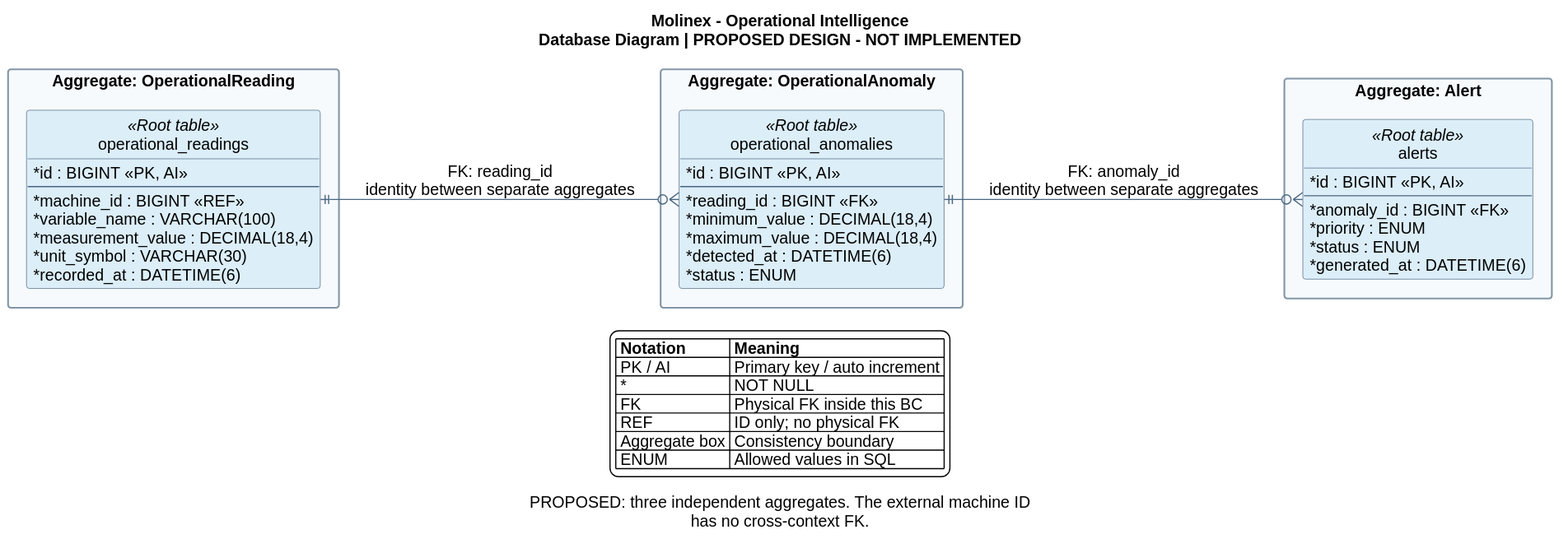
Earlier version of the PlantUML export assets/Images Chapter 4/Database Design/Database Diagrams/operational-intelligence-database.svg (Vanguard-open-source/molinex-report).
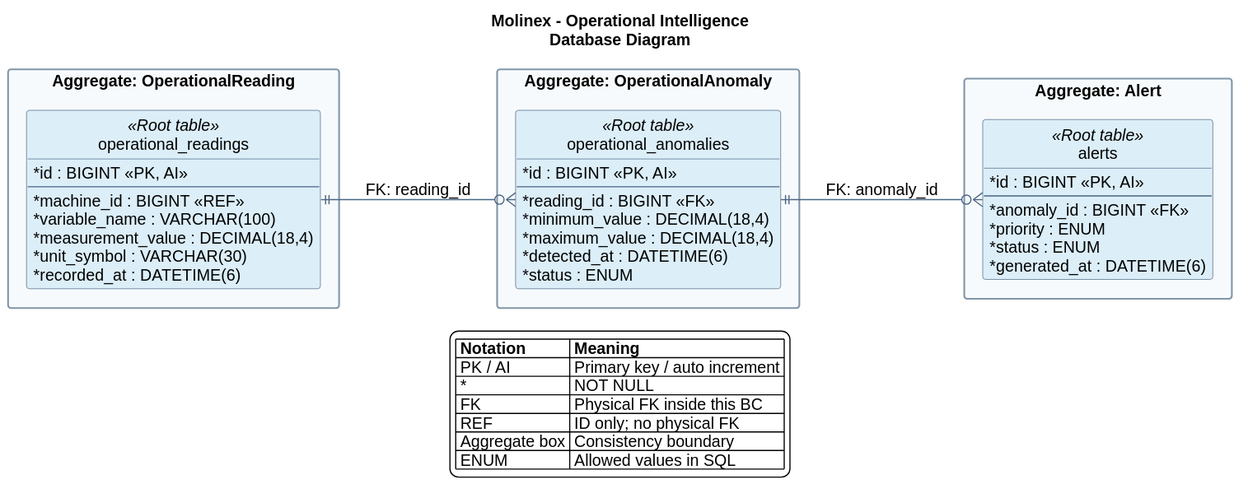
The same file after the commit.

What changed in the source:
```diff
@@ -13,11 +13,7 @@
 skinparam ranksep 75
 skinparam classBorderColor #486581
 skinparam packageBorderColor #8296A8
-title Molinex - Operational Intelligence\nDatabase Diagram | PROPOSED DESIGN - NOT IMPLEMENTED
-caption
-PROPOSED: three independent aggregates. The external machine ID
-has no cross-context FK.
-endcaption
+title Molinex - Operational Intelligence\nDatabase Diagram
 package "Aggregate: OperationalReading" as aggregate_0 #F7FAFC {
 entity "operational_readings" as operational_readings <<Root table>> #DCEEF8 {
   * id : BIGINT <<PK, AI>>
@@ -50,8 +46,8 @@
   * generated_at : DATETIME(6)
 }
 }
-operational_readings ||--o{ operational_anomalies : FK: reading_id\nidentity between separate aggregates
-operational_anomalies ||--o{ alerts : FK: anomaly_id\nidentity between separate aggregates
+operational_readings ||--o{ operational_anomalies : FK: reading_id
+operational_anomalies ||--o{ alerts : FK: anomaly_id
 legend bottom
 |= Notation |= Meaning |
 | PK / AI | Primary key / auto increment |
```
